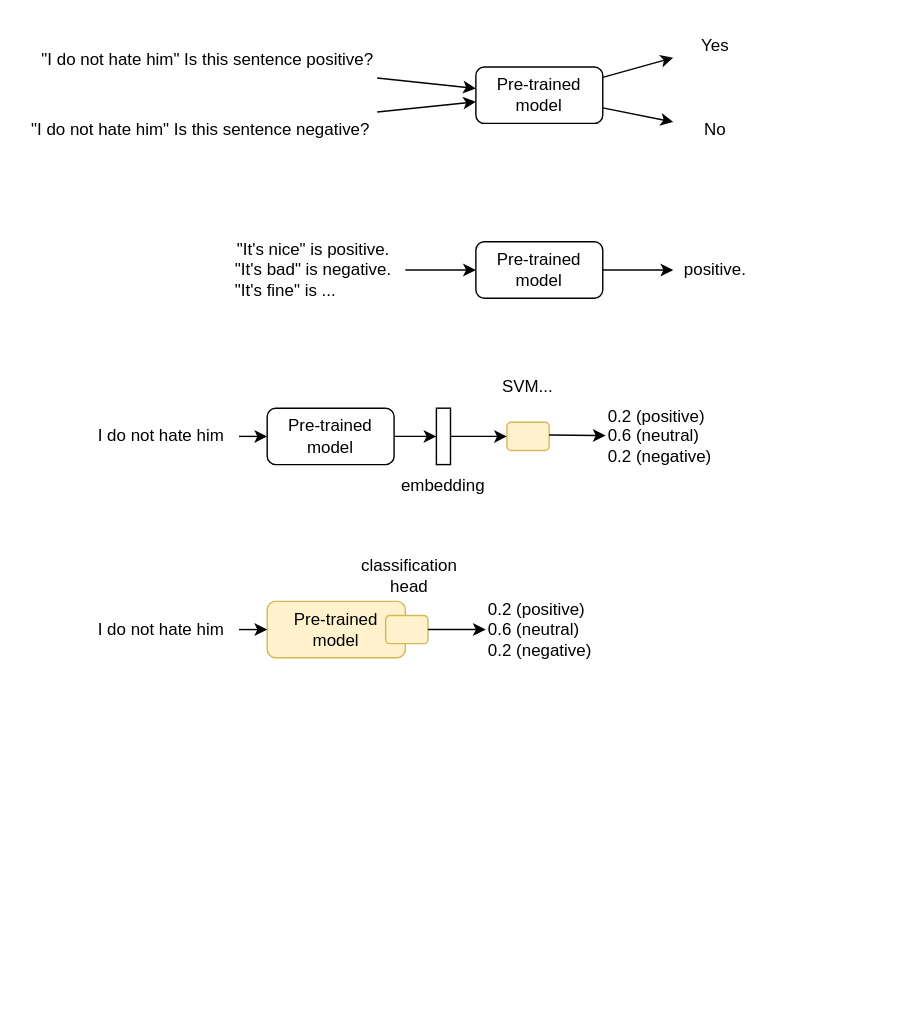
This is ZSLPret.drawio from cerisara/draws, a draw.io file, before an edit. Source tidied: cells renumbered, new cells numbered last; positions are measured from the earlier drawing's top-left corner, leaving out a move shared by most shapes. Both pictures are drawn from the tidied source at 141%, with x=0, y=0 at pixel (24, 24).
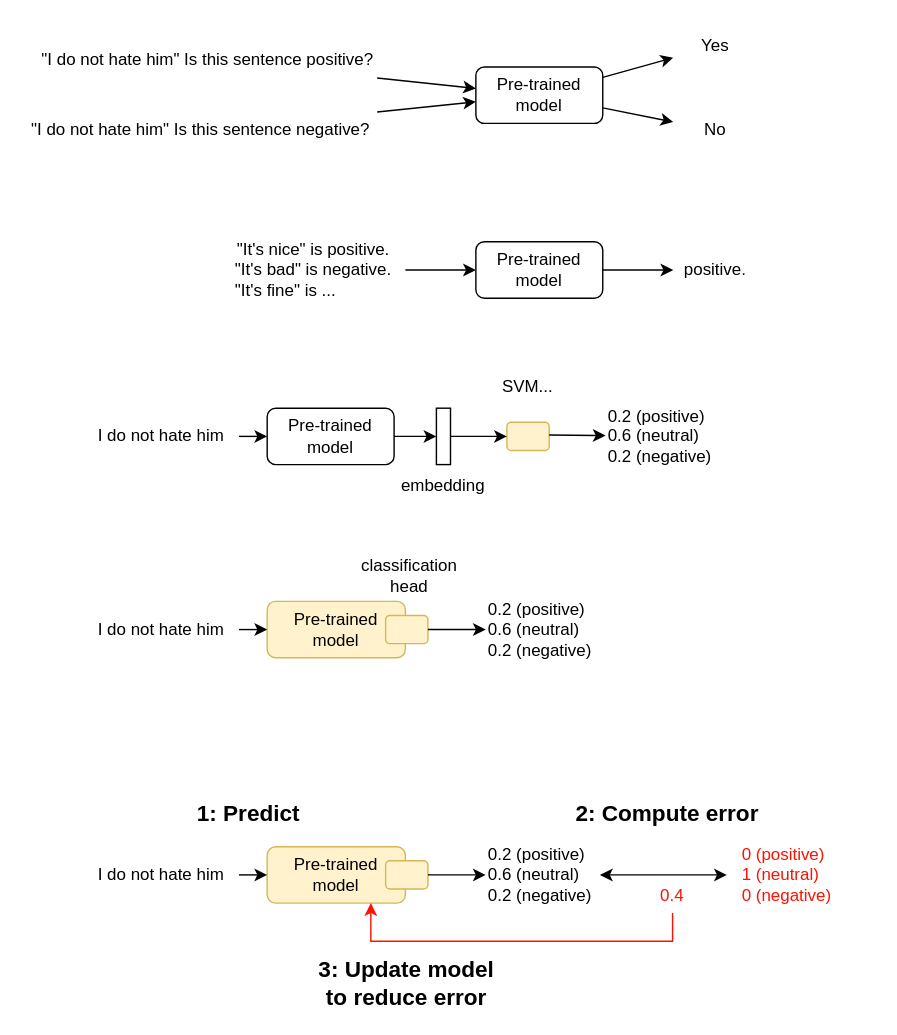
Above is the later version.

Diff of the diagram source:
```diff
@@
+    <mxCell id="34" value="Pre-trained&lt;br&gt;model" style="rounded=1;whiteSpace=wrap;html=1;align=center;fillColor=#fff2cc;strokeColor=#d6b656;" parent="1" vertex="1">
+      <mxGeometry x="172" y="583" width="98" height="40" as="geometry" />
+    </mxCell>
+    <mxCell id="35" value="I do not hate him" style="text;html=1;strokeColor=none;fillColor=none;align=center;verticalAlign=middle;whiteSpace=wrap;rounded=0;" parent="1" vertex="1">
+      <mxGeometry x="42" y="588" width="110" height="30" as="geometry" />
+    </mxCell>
+    <mxCell id="36" style="endArrow=classic;html=1;rounded=0;" parent="1" edge="1" source="35" target="34">
+      <mxGeometry relative="1" as="geometry" />
+    </mxCell>
+    <mxCell id="37" value="&lt;div align=&quot;left&quot;&gt;0.2 (positive)&lt;/div&gt;&lt;div align=&quot;left&quot;&gt;0.6 (neutral)&lt;/div&gt;&lt;div align=&quot;left&quot;&gt;0.2 (negative)&lt;br&gt;&lt;/div&gt;" style="text;html=1;strokeColor=none;fillColor=none;align=left;verticalAlign=middle;whiteSpace=wrap;rounded=0;" parent="1" vertex="1">
+      <mxGeometry x="327" y="588" width="95" height="30" as="geometry" />
+    </mxCell>
+    <mxCell id="38" style="rounded=1;whiteSpace=wrap;html=1;fillColor=#fff2cc;strokeColor=#d6b656;" parent="1" vertex="1">
+      <mxGeometry x="256" y="593" width="30" height="20" as="geometry" />
+    </mxCell>
+    <mxCell id="39" style="endArrow=classic;html=1;rounded=0;" parent="1" edge="1" source="38" target="37">
+      <mxGeometry relative="1" as="geometry" />
+    </mxCell>
+    <mxCell id="40" value="&lt;font style=&quot;font-size: 16px&quot;&gt;&lt;b&gt;1: Predict&lt;/b&gt;&lt;/font&gt;" style="text;html=1;strokeColor=none;fillColor=none;align=center;verticalAlign=middle;whiteSpace=wrap;rounded=0;" parent="1" vertex="1">
+      <mxGeometry x="109" y="544" width="100" height="30" as="geometry" />
+    </mxCell>
+    <mxCell id="41" value="&lt;font style=&quot;font-size: 16px&quot;&gt;&lt;b&gt;2: Compute error&lt;br&gt;&lt;/b&gt;&lt;/font&gt;" style="text;html=1;strokeColor=none;fillColor=none;align=center;verticalAlign=middle;whiteSpace=wrap;rounded=0;" parent="1" vertex="1">
+      <mxGeometry x="372" y="544" width="168" height="30" as="geometry" />
+    </mxCell>
+    <mxCell id="42" style="endArrow=classic;startArrow=classic;html=1;rounded=0;fontSize=16;" parent="1" edge="1">
+      <mxGeometry relative="1" as="geometry">
+        <mxPoint x="408" y="603" as="sourcePoint" />
+        <mxPoint x="498" y="603" as="targetPoint" />
+      </mxGeometry>
+    </mxCell>
+    <mxCell id="43" value="&lt;div align=&quot;left&quot;&gt;&lt;font color=&quot;#FF1100&quot;&gt;0 (positive)&lt;/font&gt;&lt;/div&gt;&lt;div align=&quot;left&quot;&gt;&lt;font color=&quot;#FF1100&quot;&gt;1 (neutral)&lt;/font&gt;&lt;/div&gt;&lt;div align=&quot;left&quot;&gt;&lt;font color=&quot;#FF1100&quot;&gt;0 (negative)&lt;br&gt;&lt;/font&gt;&lt;/div&gt;" style="text;html=1;strokeColor=none;fillColor=none;align=left;verticalAlign=middle;whiteSpace=wrap;rounded=0;" parent="1" vertex="1">
+      <mxGeometry x="507" y="588" width="95" height="30" as="geometry" />
+    </mxCell>
+    <mxCell id="44" style="edgeStyle=orthogonalEdgeStyle;rounded=0;jettySize=auto;html=1;exitX=0.5;exitY=1;exitDx=0;exitDy=0;entryX=0.75;entryY=1;entryDx=0;entryDy=0;fontSize=16;fontColor=#FF1100;strokeColor=#FF1100;" parent="1" edge="1" source="45" target="34">
+      <mxGeometry relative="1" as="geometry" />
+    </mxCell>
+    <mxCell id="45" value="&lt;font color=&quot;#FF1100&quot;&gt;0.4&lt;/font&gt;" style="text;html=1;strokeColor=none;fillColor=none;align=center;verticalAlign=middle;whiteSpace=wrap;rounded=0;" parent="1" vertex="1">
+      <mxGeometry x="440" y="605" width="39" height="25" as="geometry" />
+    </mxCell>
+    <mxCell id="46" value="&lt;font style=&quot;font-size: 16px&quot;&gt;&lt;b&gt;3: Update model&lt;br&gt;to reduce error&lt;br&gt;&lt;/b&gt;&lt;/font&gt;" style="text;html=1;strokeColor=none;fillColor=none;align=center;verticalAlign=middle;whiteSpace=wrap;rounded=0;" parent="1" vertex="1">
+      <mxGeometry x="187" y="660" width="168" height="40" as="geometry" />
+    </mxCell>
```
